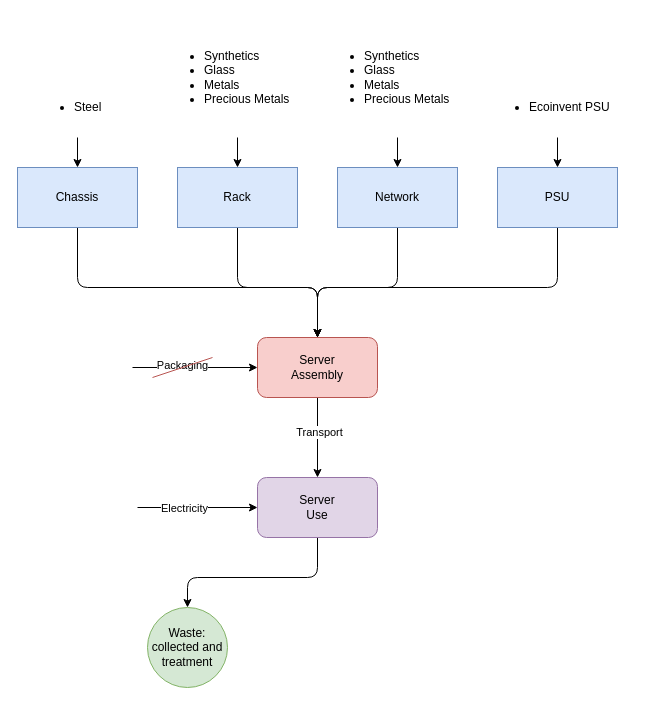
The draw.io diagram page "Server" (1 of 5) of process/hardware_KUL.drawio in Tfloow/Ecodesign, before the edit. Source tidied: cells renumbered, new cells numbered last; positions are measured from the earlier drawing's top-left corner, leaving out a move shared by most shapes. Both pictures are drawn from the tidied source at 100%, with x=0, y=0 at pixel (17, 17).
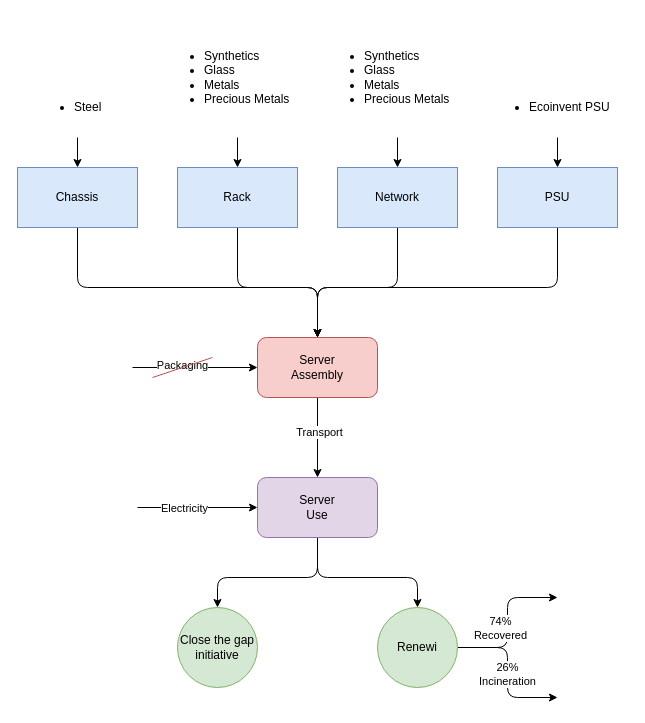
Above is the later version.

Unchanged cells that the change refers to:
```xml
<mxCell id="20" value="Server&lt;br&gt;Use" style="rounded=1;whiteSpace=wrap;html=1;fillColor=#e1d5e7;strokeColor=#9673a6;" parent="1" vertex="1">
  <mxGeometry x="240" y="460" width="120" height="60" as="geometry" />
</mxCell>
```

Diff of the diagram source:
```diff
@@
     <mxCell id="19" style="edgeStyle=none;html=1;entryX=0.5;entryY=0;entryDx=0;entryDy=0;" parent="1" edge="1" source="20" target="23">
       <mxGeometry relative="1" as="geometry">
         <Array as="points">
           <mxPoint x="300" y="560" />
-          <mxPoint x="170" y="560" />
+          <mxPoint x="200" y="560" />
         </Array>
       </mxGeometry>
     </mxCell>
+    <mxCell id="29" style="edgeStyle=none;html=1;entryX=0.5;entryY=0;entryDx=0;entryDy=0;" parent="1" edge="1" source="20" target="34">
+      <mxGeometry relative="1" as="geometry">
+        <Array as="points">
+          <mxPoint x="300" y="560" />
+          <mxPoint x="400" y="560" />
+        </Array>
+      </mxGeometry>
+    </mxCell>
@@
-    <mxCell id="23" value="Waste:&lt;br&gt;collected and treatment" style="ellipse;whiteSpace=wrap;html=1;fillColor=#d5e8d4;strokeColor=#82b366;" parent="1" vertex="1">
-      <mxGeometry x="130" y="590" width="80" height="80" as="geometry" />
+    <mxCell id="23" value="Close the gap initiative" style="ellipse;whiteSpace=wrap;html=1;fillColor=#d5e8d4;strokeColor=#82b366;" parent="1" vertex="1">
+      <mxGeometry x="160" y="590" width="80" height="80" as="geometry" />
     </mxCell>
@@
+    <mxCell id="30" style="edgeStyle=none;html=1;" parent="1" edge="1" source="34">
+      <mxGeometry relative="1" as="geometry">
+        <mxPoint x="540" y="580" as="targetPoint" />
+        <Array as="points">
+          <mxPoint x="490" y="630" />
+          <mxPoint x="490" y="580" />
+        </Array>
+      </mxGeometry>
+    </mxCell>
+    <mxCell id="31" value="74%&lt;br&gt;Recovered" style="edgeLabel;html=1;align=center;verticalAlign=middle;" parent="30" vertex="1">
+      <mxGeometry x="0.55" y="1" relative="1" as="geometry">
+        <mxPoint x="-24" y="31" as="offset" />
+      </mxGeometry>
+    </mxCell>
+    <mxCell id="32" style="edgeStyle=none;html=1;" parent="1" edge="1" source="34">
+      <mxGeometry relative="1" as="geometry">
+        <mxPoint x="540" y="680" as="targetPoint" />
+        <Array as="points">
+          <mxPoint x="490" y="630" />
+          <mxPoint x="490" y="680" />
+        </Array>
+      </mxGeometry>
+    </mxCell>
+    <mxCell id="33" value="26%&lt;br&gt;Incineration" style="edgeLabel;html=1;align=center;verticalAlign=middle;" parent="32" vertex="1">
+      <mxGeometry x="0.01" y="-1" relative="1" as="geometry" />
+    </mxCell>
+    <mxCell id="34" value="Renewi" style="ellipse;whiteSpace=wrap;html=1;fillColor=#d5e8d4;strokeColor=#82b366;" parent="1" vertex="1">
+      <mxGeometry x="360" y="590" width="80" height="80" as="geometry" />
+    </mxCell>
```
